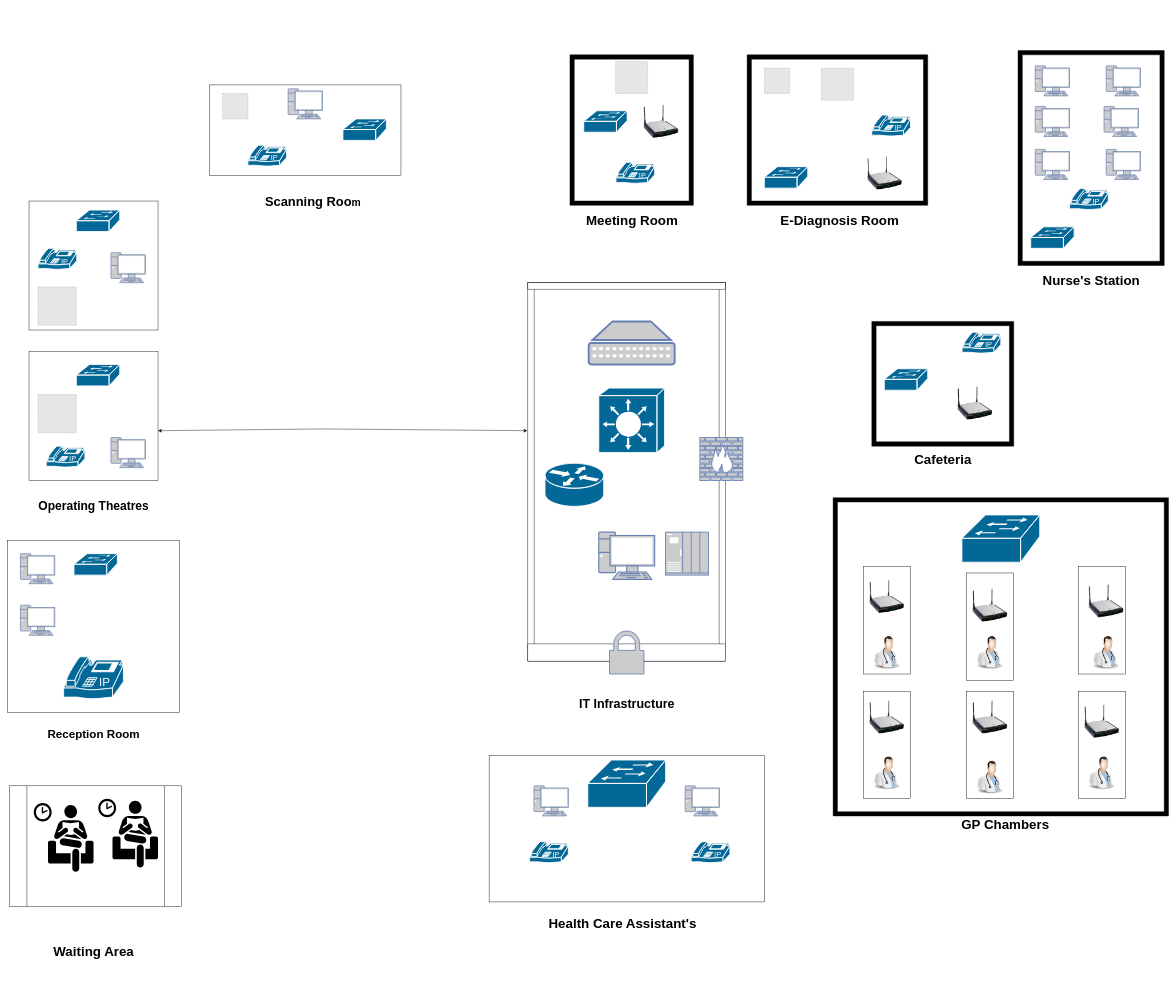
Earlier version of the draw.io diagram str/logical Diagram.drawio (Hasnain666/design). Source tidied: cells renumbered, new cells numbered last; positions are measured from the earlier drawing's top-left corner, leaving out a move shared by most shapes. Both pictures are drawn from the tidied source at 43%, with x=0, y=0 at pixel (7, 50). Pictures stored in the file or linked from it are replaced by grey dashed boxes.
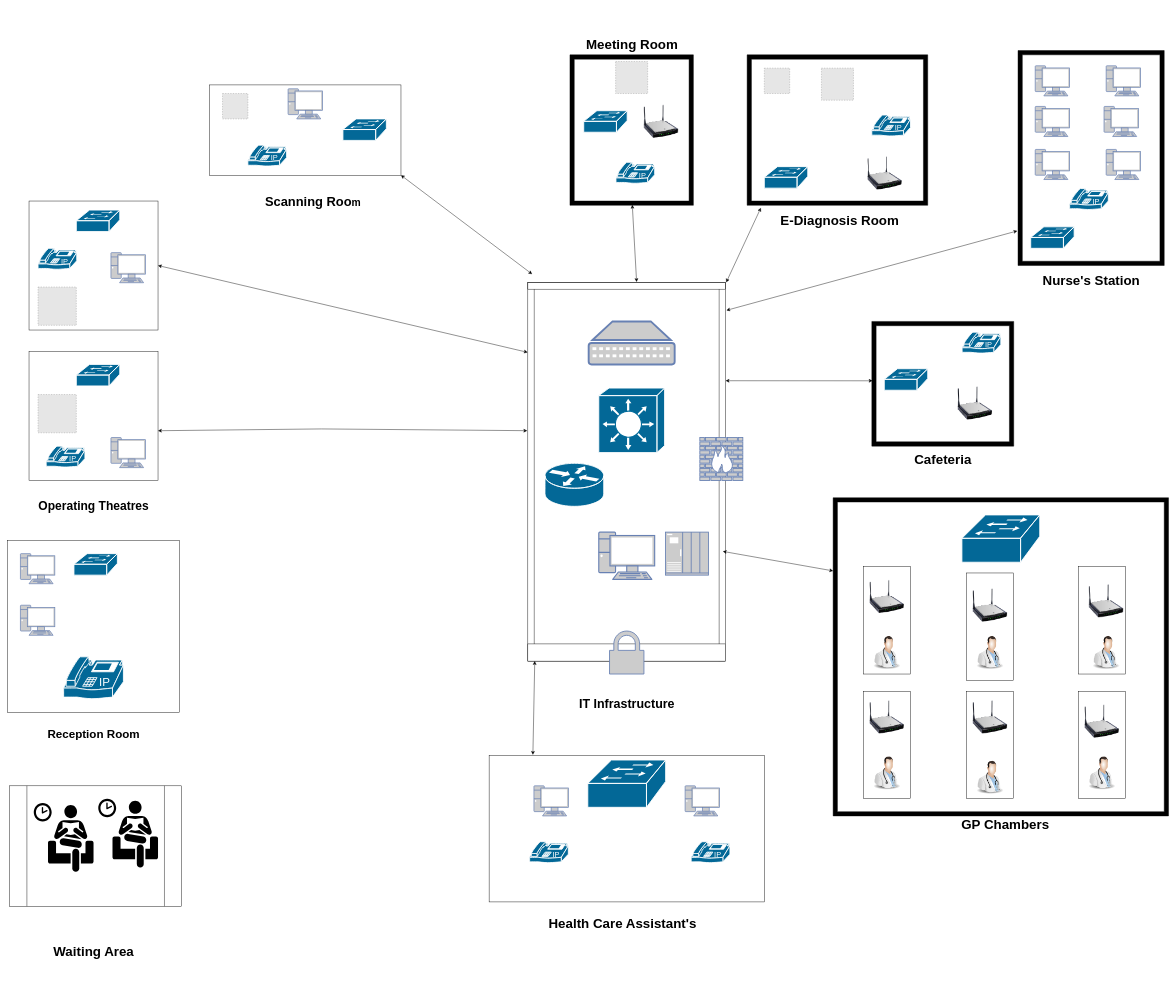
The same page after the edit.

Unchanged cells that the change refers to:
```xml
<mxCell id="2" style="verticalLabelPosition=bottom;dashed=0;shadow=0;html=1;align=center;verticalAlign=top;shape=mxgraph.cabinets.cabinet;hasStand=1;" parent="1" vertex="1">
  <mxGeometry x="1210" y="540" width="460" height="880" as="geometry" />
</mxCell>
<mxCell id="11" style="whiteSpace=wrap;html=1;" parent="1" vertex="1">
  <mxGeometry x="50" y="350" width="300" height="300" as="geometry" />
</mxCell>
<mxCell id="16" style="rounded=0;whiteSpace=wrap;html=1;" parent="1" vertex="1">
  <mxGeometry x="470" y="80" width="445" height="210" as="geometry" />
</mxCell>
<mxCell id="23" style="verticalLabelPosition=bottom;html=1;verticalAlign=top;align=center;shape=mxgraph.floorplan.room;fillColor=strokeColor;" parent="1" vertex="1">
  <mxGeometry x="1308" y="10" width="287" height="350" as="geometry" />
</mxCell>
<mxCell id="24" style="verticalLabelPosition=bottom;html=1;verticalAlign=top;align=center;shape=mxgraph.floorplan.room;fillColor=strokeColor;fontSize=36;" parent="1" vertex="1">
  <mxGeometry x="1720" y="10" width="420" height="350" as="geometry" />
</mxCell>
<mxCell id="25" style="verticalLabelPosition=bottom;html=1;verticalAlign=top;align=center;shape=mxgraph.floorplan.room;fillColor=strokeColor;" parent="1" vertex="1">
  <mxGeometry x="2350" width="340" height="500" as="geometry" />
</mxCell>
<mxCell id="26" style="verticalLabelPosition=bottom;html=1;verticalAlign=top;align=center;shape=mxgraph.floorplan.room;fillColor=strokeColor;" parent="1" vertex="1">
  <mxGeometry x="2010" y="630" width="330" height="290" as="geometry" />
</mxCell>
<mxCell id="31" style="verticalLabelPosition=bottom;html=1;verticalAlign=top;align=center;shape=mxgraph.floorplan.room;fillColor=strokeColor;" parent="1" vertex="1">
  <mxGeometry x="1920" y="1040" width="780" height="740" as="geometry" />
</mxCell>
<mxCell id="33" style="rounded=0;whiteSpace=wrap;html=1;" parent="1" vertex="1">
  <mxGeometry x="1120" y="1640" width="640" height="340" as="geometry" />
</mxCell>
```

What changed in the source:
```diff
@@
     <mxCell id="30" value="&lt;span style=&quot;font-size: 31px;&quot;&gt;Meeting Room&lt;/span&gt;" style="text;strokeColor=none;fillColor=none;html=1;fontSize=24;fontStyle=1;verticalAlign=middle;align=center;" parent="1" vertex="1">
-      <mxGeometry x="1286.5" y="310" width="330" height="170" as="geometry" />
+      <mxGeometry x="1286.5" y="-100" width="330" height="170" as="geometry" />
     </mxCell>
@@
+    <mxCell id="95" style="endArrow=classic;startArrow=classic;html=1;rounded=0;exitX=1;exitY=0.5;exitDx=0;exitDy=0;entryX=-0.001;entryY=0.184;entryDx=0;entryDy=0;entryPerimeter=0;" parent="1" edge="1" source="11" target="2">
+      <mxGeometry relative="1" as="geometry" />
+    </mxCell>
+    <mxCell id="96" style="endArrow=classic;startArrow=classic;html=1;rounded=0;exitX=1;exitY=1;exitDx=0;exitDy=0;" parent="1" edge="1" source="16">
+      <mxGeometry relative="1" as="geometry">
+        <mxPoint x="1220" y="520" as="targetPoint" />
+      </mxGeometry>
+    </mxCell>
+    <mxCell id="97" style="endArrow=classic;startArrow=classic;html=1;rounded=0;exitX=0.55;exitY=-0.002;exitDx=0;exitDy=0;exitPerimeter=0;entryX=0.505;entryY=0.997;entryDx=0;entryDy=0;entryPerimeter=0;" parent="1" edge="1" source="2" target="23">
+      <mxGeometry relative="1" as="geometry" />
+    </mxCell>
+    <mxCell id="98" style="endArrow=classic;startArrow=classic;html=1;rounded=0;entryX=0.076;entryY=1.017;entryDx=0;entryDy=0;entryPerimeter=0;exitX=1.003;exitY=-0.001;exitDx=0;exitDy=0;exitPerimeter=0;" parent="1" edge="1" source="2" target="24">
+      <mxGeometry relative="1" as="geometry" />
+    </mxCell>
+    <mxCell id="99" style="endArrow=classic;startArrow=classic;html=1;rounded=0;entryX=-0.005;entryY=0.839;entryDx=0;entryDy=0;entryPerimeter=0;exitX=1.004;exitY=0.073;exitDx=0;exitDy=0;exitPerimeter=0;" parent="1" edge="1" source="2" target="25">
+      <mxGeometry relative="1" as="geometry" />
+    </mxCell>
+    <mxCell id="100" style="endArrow=classic;startArrow=classic;html=1;rounded=0;entryX=0.005;entryY=0.476;entryDx=0;entryDy=0;entryPerimeter=0;exitX=1;exitY=0.259;exitDx=0;exitDy=0;exitPerimeter=0;" parent="1" edge="1" source="2" target="26">
+      <mxGeometry relative="1" as="geometry" />
+    </mxCell>
+    <mxCell id="101" style="endArrow=classic;startArrow=classic;html=1;rounded=0;entryX=0;entryY=0.23;entryDx=0;entryDy=0;entryPerimeter=0;exitX=0.986;exitY=0.71;exitDx=0;exitDy=0;exitPerimeter=0;" parent="1" edge="1" source="2" target="31">
+      <mxGeometry relative="1" as="geometry" />
+    </mxCell>
+    <mxCell id="102" style="endArrow=classic;startArrow=classic;html=1;rounded=0;entryX=0.035;entryY=1;entryDx=0;entryDy=0;entryPerimeter=0;exitX=0.159;exitY=-0.006;exitDx=0;exitDy=0;exitPerimeter=0;" parent="1" edge="1" source="33" target="2">
+      <mxGeometry relative="1" as="geometry" />
+    </mxCell>
```
